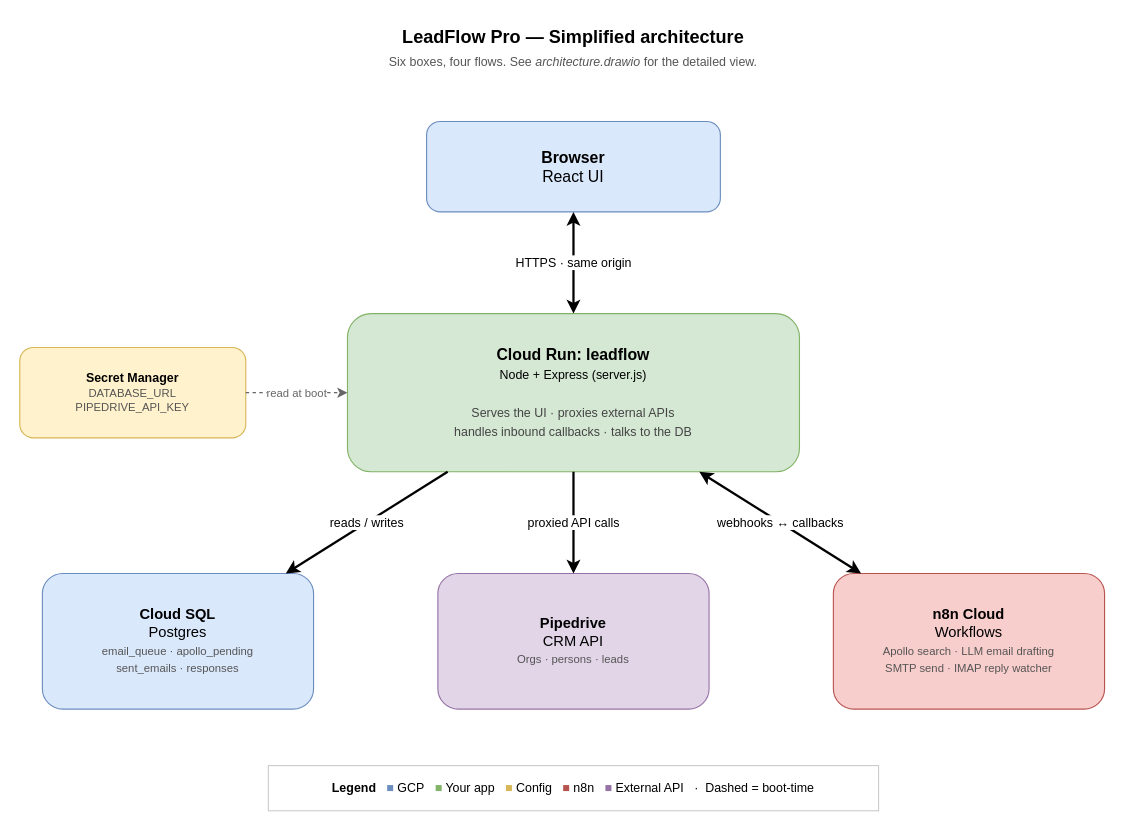
capajal-cronos/sales-outreach-n8n keeps this draw.io diagram as architecture-simple.drawio. Above is the earlier version. Source tidied: cells renumbered, new cells numbered last; positions are measured from the earlier drawing's top-left corner, leaving out a move shared by most shapes. Both pictures are drawn from the tidied source at 113%, with x=0, y=0 at pixel (19, 19).
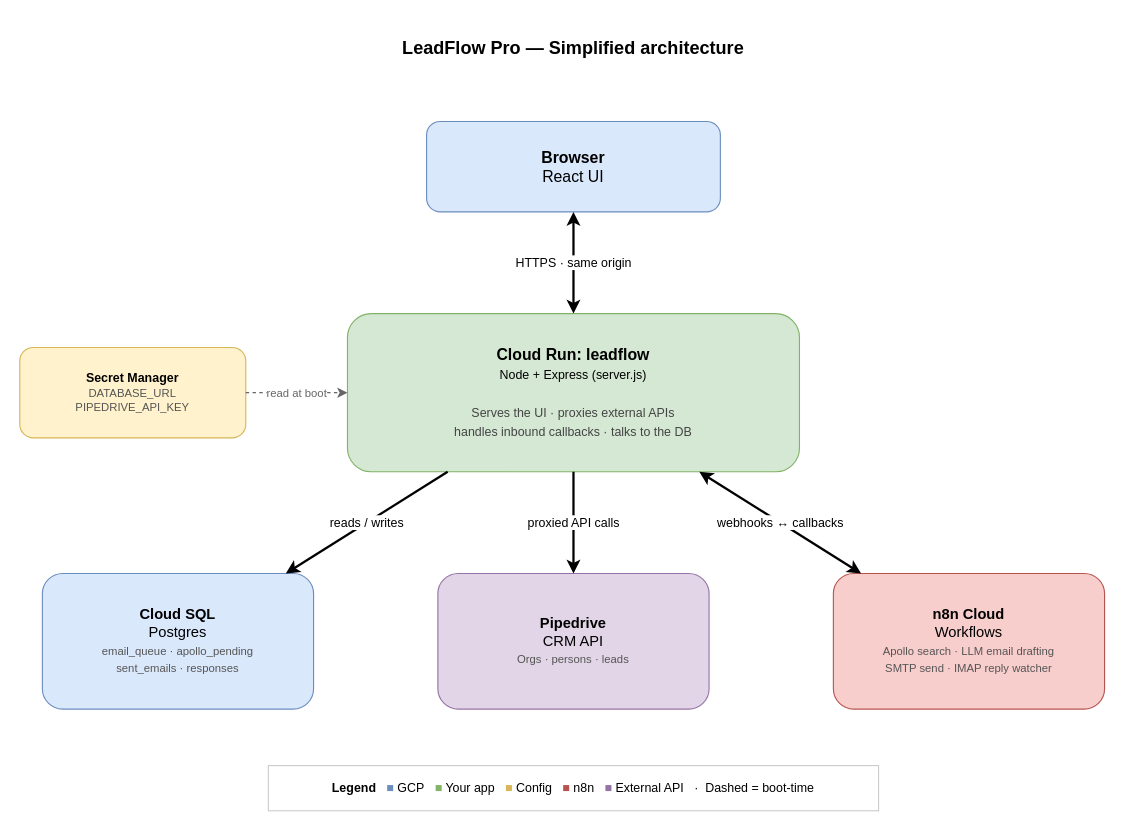
The same diagram, later.

Commit message (it also covers changes not shown here):
deployment problemen opgelost bij het maken van een ieuwe pipedrive account

The edit, as a diff of the source:
```diff
@@
 <mxGraphModel>
   <root>
     <mxCell id="0" />
     <mxCell id="1" parent="0" />
-    <mxCell id="2" value="&lt;b&gt;LeadFlow Pro — Simplified architecture&lt;/b&gt;&lt;br&gt;&lt;font style=&quot;font-size: 11px;color: #555&quot;&gt;Six boxes, four flows. See &lt;i&gt;architecture.drawio&lt;/i&gt; for the detailed view.&lt;/font&gt;" style="text;html=1;strokeColor=none;fillColor=none;align=center;verticalAlign=middle;whiteSpace=wrap;rounded=0;fontSize=16;" parent="1" vertex="1">
+    <mxCell id="2" value="&lt;b&gt;LeadFlow Pro — Simplified architecture&lt;/b&gt;" style="text;html=1;strokeColor=none;fillColor=none;align=center;verticalAlign=middle;whiteSpace=wrap;rounded=0;fontSize=16;" parent="1" vertex="1">
       <mxGeometry x="220" width="540" height="50" as="geometry" />
     </mxCell>
     <mxCell id="3" value="&lt;b&gt;Browser&lt;/b&gt;&lt;br&gt;React UI" style="rounded=1;whiteSpace=wrap;html=1;fillColor=#dae8fc;strokeColor=#6c8ebf;fontSize=14;align=center;" parent="1" vertex="1">
       <mxGeometry x="360" y="90" width="260" height="80" as="geometry" />
     </mxCell>
     <mxCell id="4" value="&lt;b&gt;Cloud Run: leadflow&lt;/b&gt;&lt;br&gt;&lt;font style=&quot;font-size: 11px&quot;&gt;Node + Express (server.js)&lt;/font&gt;&lt;br&gt;&lt;br&gt;&lt;font style=&quot;font-size: 11px;color: #444&quot;&gt;Serves the UI · proxies external APIs&lt;br&gt;handles inbound callbacks · talks to the DB&lt;/font&gt;" style="rounded=1;whiteSpace=wrap;html=1;fillColor=#d5e8d4;strokeColor=#82b366;fontSize=14;align=center;" parent="1" vertex="1">
       <mxGeometry x="290" y="260" width="400" height="140" as="geometry" />
     </mxCell>
     <mxCell id="5" value="&lt;b&gt;Cloud SQL&lt;/b&gt;&lt;br&gt;Postgres&lt;br&gt;&lt;font style=&quot;font-size: 10px;color: #555&quot;&gt;email_queue · apollo_pending&lt;br&gt;sent_emails · responses&lt;/font&gt;" style="rounded=1;whiteSpace=wrap;html=1;fillColor=#dae8fc;strokeColor=#6c8ebf;fontSize=13;align=center;" parent="1" vertex="1">
       <mxGeometry x="20" y="490" width="240" height="120" as="geometry" />
     </mxCell>
     <mxCell id="6" value="&lt;b&gt;Pipedrive&lt;/b&gt;&lt;br&gt;CRM API&lt;br&gt;&lt;font style=&quot;font-size: 10px;color: #555&quot;&gt;Orgs · persons · leads&lt;/font&gt;" style="rounded=1;whiteSpace=wrap;html=1;fillColor=#e1d5e7;strokeColor=#9673a6;fontSize=13;align=center;" parent="1" vertex="1">
       <mxGeometry x="370" y="490" width="240" height="120" as="geometry" />
     </mxCell>
     <mxCell id="7" value="&lt;b&gt;n8n Cloud&lt;/b&gt;&lt;br&gt;Workflows&lt;br&gt;&lt;font style=&quot;font-size: 10px;color: #555&quot;&gt;Apollo search · LLM email drafting&lt;br&gt;SMTP send · IMAP reply watcher&lt;/font&gt;" style="rounded=1;whiteSpace=wrap;html=1;fillColor=#f8cecc;strokeColor=#b85450;fontSize=13;align=center;" parent="1" vertex="1">
       <mxGeometry x="720" y="490" width="240" height="120" as="geometry" />
     </mxCell>
     <mxCell id="8" value="&lt;b&gt;Secret Manager&lt;/b&gt;&lt;br&gt;&lt;font style=&quot;font-size: 10px;color: #555&quot;&gt;DATABASE_URL&lt;br&gt;PIPEDRIVE_API_KEY&lt;/font&gt;" style="rounded=1;whiteSpace=wrap;html=1;fillColor=#fff2cc;strokeColor=#d6b656;fontSize=11;align=center;" parent="1" vertex="1">
       <mxGeometry y="290" width="200" height="80" as="geometry" />
     </mxCell>
     <mxCell id="9" value="HTTPS · same origin" style="endArrow=classic;startArrow=classic;html=1;rounded=0;strokeWidth=2;exitX=0.5;exitY=1;exitDx=0;exitDy=0;entryX=0.5;entryY=0;entryDx=0;entryDy=0;fontSize=11;" parent="1" edge="1" source="3" target="4">
       <mxGeometry relative="1" as="geometry" />
     </mxCell>
     <mxCell id="10" value="reads / writes" style="endArrow=classic;html=1;rounded=0;strokeWidth=2;fontSize=11;" parent="1" edge="1" source="4" target="5">
       <mxGeometry relative="1" as="geometry" />
     </mxCell>
     <mxCell id="11" value="proxied API calls" style="endArrow=classic;html=1;rounded=0;strokeWidth=2;fontSize=11;" parent="1" edge="1" source="4" target="6">
       <mxGeometry relative="1" as="geometry" />
     </mxCell>
     <mxCell id="12" value="webhooks ↔ callbacks" style="endArrow=classic;startArrow=classic;html=1;rounded=0;strokeWidth=2;fontSize=11;" parent="1" edge="1" source="4" target="7">
       <mxGeometry relative="1" as="geometry" />
     </mxCell>
     <mxCell id="13" value="read at boot" style="endArrow=classic;html=1;rounded=0;dashed=1;strokeWidth=1;fontSize=10;strokeColor=#666666;fontColor=#666666;" parent="1" edge="1" source="8" target="4">
       <mxGeometry relative="1" as="geometry" />
     </mxCell>
     <mxCell id="14" value="&lt;b&gt;Legend&lt;/b&gt;&amp;nbsp;&amp;nbsp; &lt;font color=&quot;#6c8ebf&quot;&gt;■&lt;/font&gt; GCP&amp;nbsp;&amp;nbsp; &lt;font color=&quot;#82b366&quot;&gt;■&lt;/font&gt; Your app&amp;nbsp;&amp;nbsp; &lt;font color=&quot;#d6b656&quot;&gt;■&lt;/font&gt; Config&amp;nbsp;&amp;nbsp; &lt;font color=&quot;#b85450&quot;&gt;■&lt;/font&gt; n8n&amp;nbsp;&amp;nbsp; &lt;font color=&quot;#9673a6&quot;&gt;■&lt;/font&gt; External API&amp;nbsp;&amp;nbsp; · &amp;nbsp;Dashed = boot-time" style="rounded=0;whiteSpace=wrap;html=1;fillColor=#ffffff;strokeColor=#cccccc;fontSize=11;align=center;" parent="1" vertex="1">
       <mxGeometry x="220" y="660" width="540" height="40" as="geometry" />
     </mxCell>
   </root>
 </mxGraphModel>
```
